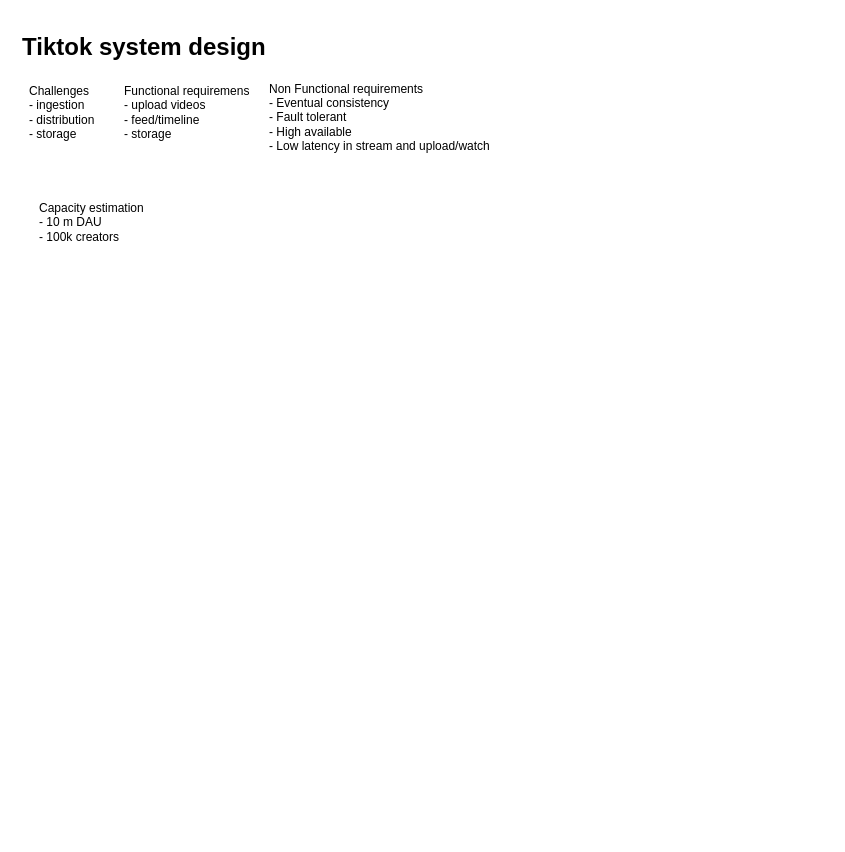
happyguyrj/low-level-system-design keeps this draw.io diagram as Untitled Diagram.drawio. Above is the earlier version. Source tidied: cells renumbered, new cells numbered last; positions are measured from the earlier drawing's top-left corner, leaving out a move shared by most shapes. Both pictures are drawn from the tidied source at 100%, with x=0, y=0 at pixel (17, 27). Pictures stored in the file or linked from it are replaced by grey dashed boxes.
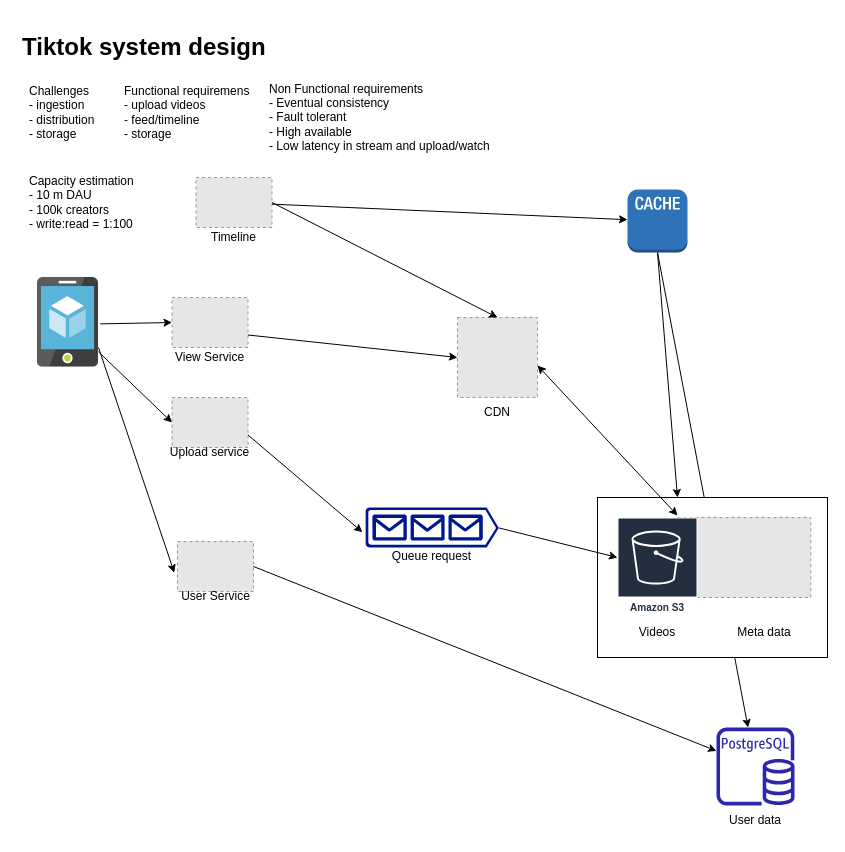
The same diagram, later.

What changed in the source:
```diff
@@
-<mxGraphModel>
+<mxGraphModel background="#ffffff">
@@
+    <mxCell id="7" style="endArrow=classic;html=1;rounded=0;exitX=0.5;exitY=1;exitDx=0;exitDy=0;exitPerimeter=0;fontStyle=1;" parent="1" edge="1" source="37" target="10">
+      <mxGeometry relative="1" as="geometry" />
+    </mxCell>
+    <mxCell id="8" style="rounded=0;whiteSpace=wrap;html=1;" parent="1" vertex="1">
+      <mxGeometry x="580" y="470" width="230" height="160" as="geometry" />
+    </mxCell>
@@
-    <mxCell id="6" value="Capacity estimation&lt;br&gt;- 10 m DAU&lt;br&gt;- 100k creators&lt;br&gt;" style="text;html=1;strokeColor=none;fillColor=none;align=left;verticalAlign=middle;whiteSpace=wrap;rounded=0;" parent="1" vertex="1">
-      <mxGeometry x="20" y="150" width="250" height="90" as="geometry" />
+    <mxCell id="6" value="Capacity estimation&lt;br&gt;- 10 m DAU&lt;br&gt;- 100k creators&lt;br&gt;- write:read = 1:100" style="text;html=1;strokeColor=none;fillColor=none;align=left;verticalAlign=middle;whiteSpace=wrap;rounded=0;" parent="1" vertex="1">
+      <mxGeometry x="10" y="130" width="250" height="90" as="geometry" />
     </mxCell>
+    <mxCell id="9" style="sketch=0;html=1;points=[];align=center;image;fontSize=12;image=img/lib/mscae/App_Service_Mobile_App.svg;" parent="1" vertex="1">
+      <mxGeometry x="20" y="250.1" width="61" height="89.7" as="geometry" />
+    </mxCell>
+    <mxCell id="10" style="sketch=0;outlineConnect=0;fontColor=#232F3E;gradientColor=none;fillColor=#2E27AD;strokeColor=none;dashed=0;verticalLabelPosition=bottom;verticalAlign=top;align=center;html=1;fontSize=12;fontStyle=0;shape=mxgraph.aws4.rds_postgresql_instance;" parent="1" vertex="1">
+      <mxGeometry x="699" y="700" width="78" height="78" as="geometry" />
+    </mxCell>
+    <mxCell id="11" style="fillColor=#E6E6E6;strokeColor=#999999;dashed=1;verticalLabelPosition=bottom;verticalAlign=top;" parent="1" vertex="1">
+      <mxGeometry x="660" y="490" width="133.3" height="80" as="geometry" />
+    </mxCell>
+    <mxCell id="12" value="Videos" style="text;html=1;strokeColor=none;fillColor=none;align=center;verticalAlign=middle;whiteSpace=wrap;rounded=0;" parent="1" vertex="1">
+      <mxGeometry x="610" y="590" width="60" height="30" as="geometry" />
+    </mxCell>
+    <mxCell id="13" value="User data" style="text;html=1;strokeColor=none;fillColor=none;align=center;verticalAlign=middle;whiteSpace=wrap;rounded=0;" parent="1" vertex="1">
+      <mxGeometry x="708" y="778" width="60" height="30" as="geometry" />
+    </mxCell>
+    <mxCell id="14" value="Meta data" style="text;html=1;strokeColor=none;fillColor=none;align=center;verticalAlign=middle;whiteSpace=wrap;rounded=0;" parent="1" vertex="1">
+      <mxGeometry x="717" y="590" width="60" height="30" as="geometry" />
+    </mxCell>
+    <mxCell id="15" style="sketch=0;shadow=0;dashed=0;html=1;strokeColor=none;labelPosition=center;verticalLabelPosition=bottom;verticalAlign=top;align=center;fillColor=#00188D;shape=mxgraph.azure.queue_generic;" parent="1" vertex="1">
+      <mxGeometry x="348" y="480" width="133.3" height="40" as="geometry" />
+    </mxCell>
+    <mxCell id="16" style="fillColor=#E6E6E6;strokeColor=#999999;dashed=1;verticalLabelPosition=bottom;verticalAlign=top;" parent="1" vertex="1">
+      <mxGeometry x="154.5" y="370" width="76" height="50" as="geometry" />
+    </mxCell>
+    <mxCell id="17" style="endArrow=classic;html=1;rounded=0;entryX=0;entryY=0.5;entryDx=0;entryDy=0;" parent="1" edge="1" source="9" target="16">
+      <mxGeometry relative="1" as="geometry" />
+    </mxCell>
+    <mxCell id="18" value="Upload service" style="text;html=1;strokeColor=none;fillColor=none;align=center;verticalAlign=middle;whiteSpace=wrap;rounded=0;" parent="1" vertex="1">
+      <mxGeometry x="149" y="410" width="87" height="30" as="geometry" />
+    </mxCell>
+    <mxCell id="19" style="endArrow=classic;html=1;rounded=0;exitX=1;exitY=0.75;exitDx=0;exitDy=0;entryX=-0.023;entryY=0.617;entryDx=0;entryDy=0;entryPerimeter=0;" parent="1" edge="1" source="16" target="15">
+      <mxGeometry relative="1" as="geometry" />
+    </mxCell>
+    <mxCell id="20" value="Queue request" style="text;html=1;strokeColor=none;fillColor=none;align=center;verticalAlign=middle;whiteSpace=wrap;rounded=0;" parent="1" vertex="1">
+      <mxGeometry x="367.2" y="514" width="95" height="30" as="geometry" />
+    </mxCell>
+    <mxCell id="21" style="fillColor=#E6E6E6;strokeColor=#999999;dashed=1;verticalLabelPosition=bottom;verticalAlign=top;" parent="1" vertex="1">
+      <mxGeometry x="154.5" y="270" width="76" height="50" as="geometry" />
+    </mxCell>
+    <mxCell id="22" value="View Service" style="text;html=1;strokeColor=none;fillColor=none;align=center;verticalAlign=middle;whiteSpace=wrap;rounded=0;" parent="1" vertex="1">
+      <mxGeometry x="149" y="315" width="87" height="30" as="geometry" />
+    </mxCell>
+    <mxCell id="23" style="fillColor=#E6E6E6;strokeColor=#999999;dashed=1;html=1;verticalAlign=top;verticalLabelPosition=bottom;labelBackgroundColor=#ffffff;" parent="1" vertex="1">
+      <mxGeometry x="440" y="290" width="80" height="80" as="geometry" />
+    </mxCell>
+    <mxCell id="24" style="endArrow=classic;startArrow=classic;html=1;rounded=0;" parent="1" edge="1">
+      <mxGeometry relative="1" as="geometry">
+        <mxPoint x="660" y="488" as="sourcePoint" />
+        <mxPoint x="520" y="338" as="targetPoint" />
+      </mxGeometry>
+    </mxCell>
+    <mxCell id="25" value="CDN" style="text;html=1;strokeColor=none;fillColor=none;align=center;verticalAlign=middle;whiteSpace=wrap;rounded=0;" parent="1" vertex="1">
+      <mxGeometry x="450" y="370" width="60" height="30" as="geometry" />
+    </mxCell>
+    <mxCell id="26" style="endArrow=classic;html=1;rounded=0;exitX=1;exitY=0.51;exitDx=0;exitDy=0;exitPerimeter=0;" parent="1" edge="1" source="15" target="29">
+      <mxGeometry relative="1" as="geometry" />
+    </mxCell>
+    <mxCell id="27" style="endArrow=classic;html=1;rounded=0;entryX=0;entryY=0.5;entryDx=0;entryDy=0;exitX=1;exitY=0.75;exitDx=0;exitDy=0;" parent="1" edge="1" source="21" target="23">
+      <mxGeometry relative="1" as="geometry" />
+    </mxCell>
+    <mxCell id="28" style="endArrow=classic;html=1;rounded=0;exitX=1.03;exitY=0.516;exitDx=0;exitDy=0;exitPerimeter=0;entryX=0;entryY=0.5;entryDx=0;entryDy=0;" parent="1" edge="1" source="9" target="21">
+      <mxGeometry relative="1" as="geometry" />
+    </mxCell>
+    <mxCell id="29" value="Amazon S3" style="sketch=0;outlineConnect=0;fontColor=#232F3E;gradientColor=none;strokeColor=#ffffff;fillColor=#232F3E;dashed=0;verticalLabelPosition=middle;verticalAlign=bottom;align=center;html=1;whiteSpace=wrap;fontSize=10;fontStyle=1;spacing=3;shape=mxgraph.aws4.productIcon;prIcon=mxgraph.aws4.s3;" parent="1" vertex="1">
+      <mxGeometry x="600" y="490" width="80" height="100" as="geometry" />
+    </mxCell>
+    <mxCell id="30" style="fillColor=#E6E6E6;strokeColor=#999999;dashed=1;verticalLabelPosition=bottom;verticalAlign=top;" parent="1" vertex="1">
+      <mxGeometry x="160" y="514" width="76" height="50" as="geometry" />
+    </mxCell>
+    <mxCell id="31" value="User Service" style="text;html=1;strokeColor=none;fillColor=none;align=center;verticalAlign=middle;whiteSpace=wrap;rounded=0;" parent="1" vertex="1">
+      <mxGeometry x="154.5" y="554" width="87" height="30" as="geometry" />
+    </mxCell>
+    <mxCell id="32" style="endArrow=classic;html=1;rounded=0;entryX=-0.042;entryY=0.625;entryDx=0;entryDy=0;entryPerimeter=0;" parent="1" edge="1" target="30">
+      <mxGeometry relative="1" as="geometry">
+        <mxPoint x="81" y="320" as="sourcePoint" />
+      </mxGeometry>
+    </mxCell>
+    <mxCell id="33" style="endArrow=classic;html=1;rounded=0;exitX=1;exitY=0.5;exitDx=0;exitDy=0;" parent="1" edge="1" source="30" target="10">
+      <mxGeometry relative="1" as="geometry" />
+    </mxCell>
+    <mxCell id="34" style="fillColor=#E6E6E6;strokeColor=#999999;dashed=1;verticalLabelPosition=bottom;verticalAlign=top;" parent="1" vertex="1">
+      <mxGeometry x="178.5" y="150" width="76" height="50" as="geometry" />
+    </mxCell>
+    <mxCell id="35" value="Timeline" style="text;html=1;strokeColor=none;fillColor=none;align=center;verticalAlign=middle;whiteSpace=wrap;rounded=0;" parent="1" vertex="1">
+      <mxGeometry x="173" y="195" width="87" height="30" as="geometry" />
+    </mxCell>
+    <mxCell id="36" style="endArrow=classic;html=1;rounded=0;" parent="1" edge="1" source="34" target="37">
+      <mxGeometry relative="1" as="geometry" />
+    </mxCell>
+    <mxCell id="37" style="outlineConnect=0;dashed=0;verticalLabelPosition=bottom;verticalAlign=top;align=center;html=1;shape=mxgraph.aws3.cache_node;fillColor=#2E73B8;gradientColor=none;" parent="1" vertex="1">
+      <mxGeometry x="610" y="162" width="60" height="63" as="geometry" />
+    </mxCell>
+    <mxCell id="38" style="endArrow=classic;html=1;rounded=0;exitX=0.5;exitY=1;exitDx=0;exitDy=0;exitPerimeter=0;" parent="1" edge="1" source="37">
+      <mxGeometry relative="1" as="geometry">
+        <mxPoint x="660" y="470" as="targetPoint" />
+      </mxGeometry>
+    </mxCell>
+    <mxCell id="39" style="endArrow=classic;html=1;rounded=0;exitX=1;exitY=0.5;exitDx=0;exitDy=0;entryX=0.5;entryY=0;entryDx=0;entryDy=0;" parent="1" edge="1" source="34" target="23">
+      <mxGeometry relative="1" as="geometry" />
+    </mxCell>
```
